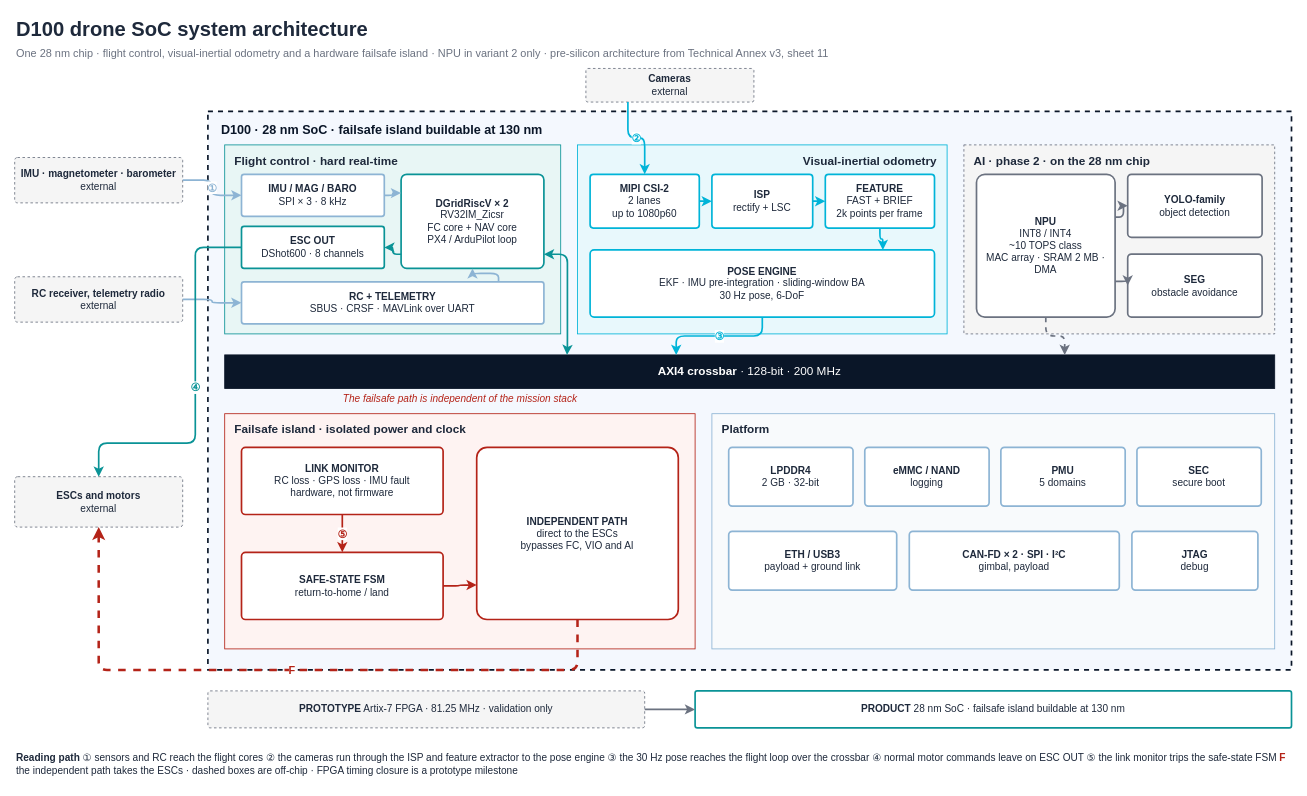
shekerkamma/deepgrid-dr-silicon-v11 keeps this draw.io diagram as public/downloads/d100-architecture.drawio. Above is the earlier version. Source tidied: cells renumbered, new cells numbered last; positions are measured from the earlier drawing's top-left corner, leaving out a move shared by most shapes. Both pictures are drawn from the tidied source at 84%, with x=0, y=0 at pixel (14, 14).
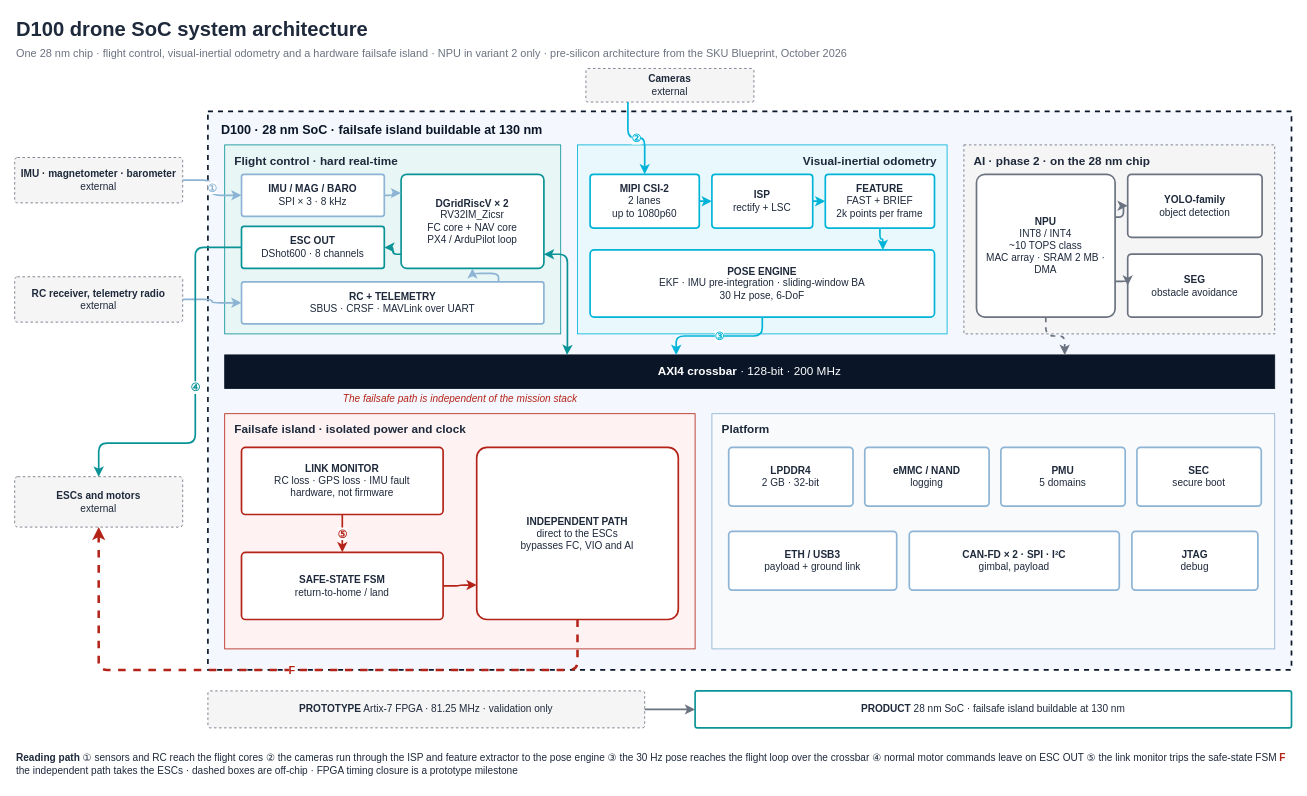
After the change.

What changed in the source:
```diff
@@
-    <mxCell id="3" value="One 28 nm chip  ·  flight control, visual-inertial odometry and a hardware failsafe island  ·  NPU in variant 2 only  ·  pre-silicon architecture from Technical Annex v3, sheet 11" style="text;html=1;align=left;verticalAlign=middle;fontSize=13;fontColor=#6B7280;" parent="1" vertex="1">
+    <mxCell id="3" value="One 28 nm chip  ·  flight control, visual-inertial odometry and a hardware failsafe island  ·  NPU in variant 2 only  ·  pre-silicon architecture from the SKU Blueprint, October 2026" style="text;html=1;align=left;verticalAlign=middle;fontSize=13;fontColor=#6B7280;" parent="1" vertex="1">
       <mxGeometry y="34" width="1300" height="24" as="geometry" />
     </mxCell>
```
